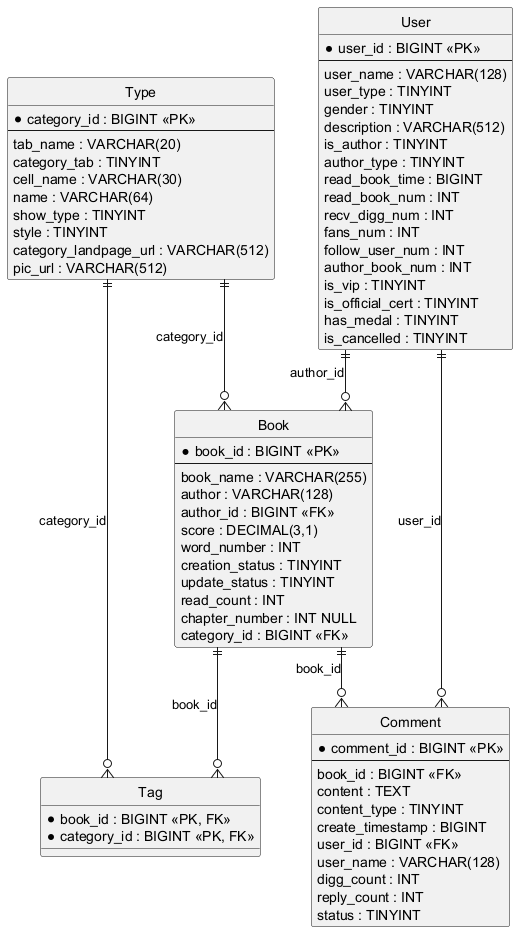
2652012044/bigDataProject keeps this PlantUML diagram as projectWorkpiece/DataBase/ER.png. Above is the earlier version.
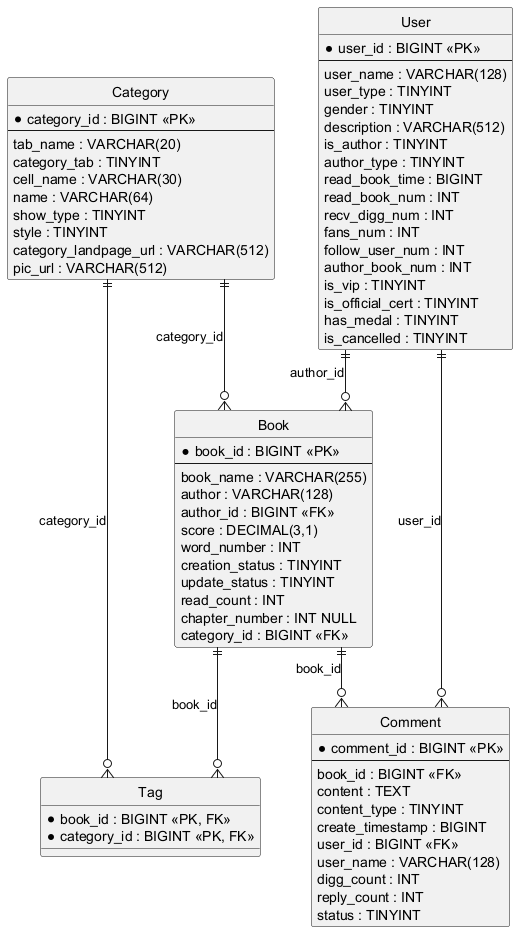
The same file after the commit.

Diff of the diagram source:
```diff
@@ -7,7 +7,7 @@
   BorderColor #2B5D8A
 }
 
-entity "Type" as Type {
+entity "Category" as Category {
   * category_id : BIGINT <<PK>>
   --
   tab_name : VARCHAR(20)
@@ -75,11 +75,11 @@
   * category_id : BIGINT <<PK, FK>>
 }
 
-Type ||--o{ Book : category_id
+Category ||--o{ Book : category_id
 User ||--o{ Book : author_id
 User ||--o{ Comment : user_id
 Book ||--o{ Comment : book_id
 Book ||--o{ Tag : book_id
-Type ||--o{ Tag : category_id
+Category ||--o{ Tag : category_id
 
 @enduml
```
